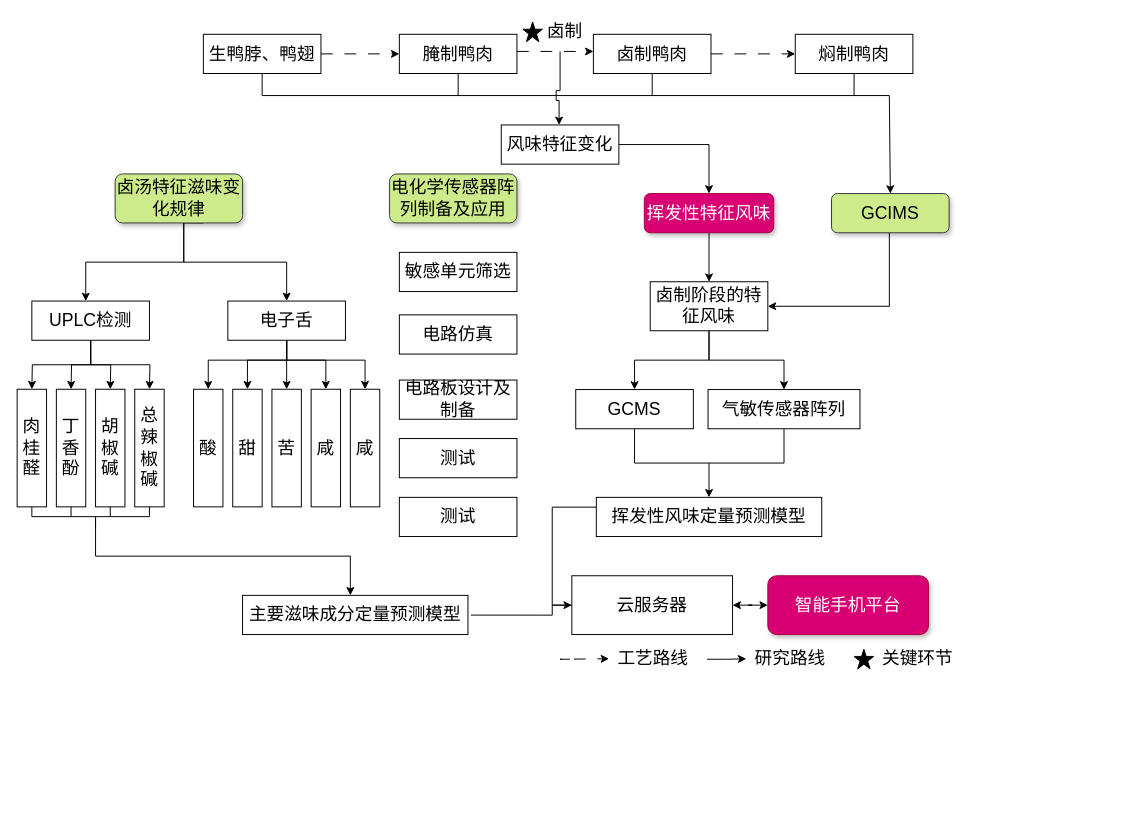
Earlier version of the draw.io diagram 大论文.drawio (zheng-oh/dragrams). Source tidied: cells renumbered, new cells numbered last; positions are measured from the earlier drawing's top-left corner, leaving out a move shared by most shapes. Both pictures are drawn from the tidied source at 98%, with x=0, y=0 at pixel (17, 17).
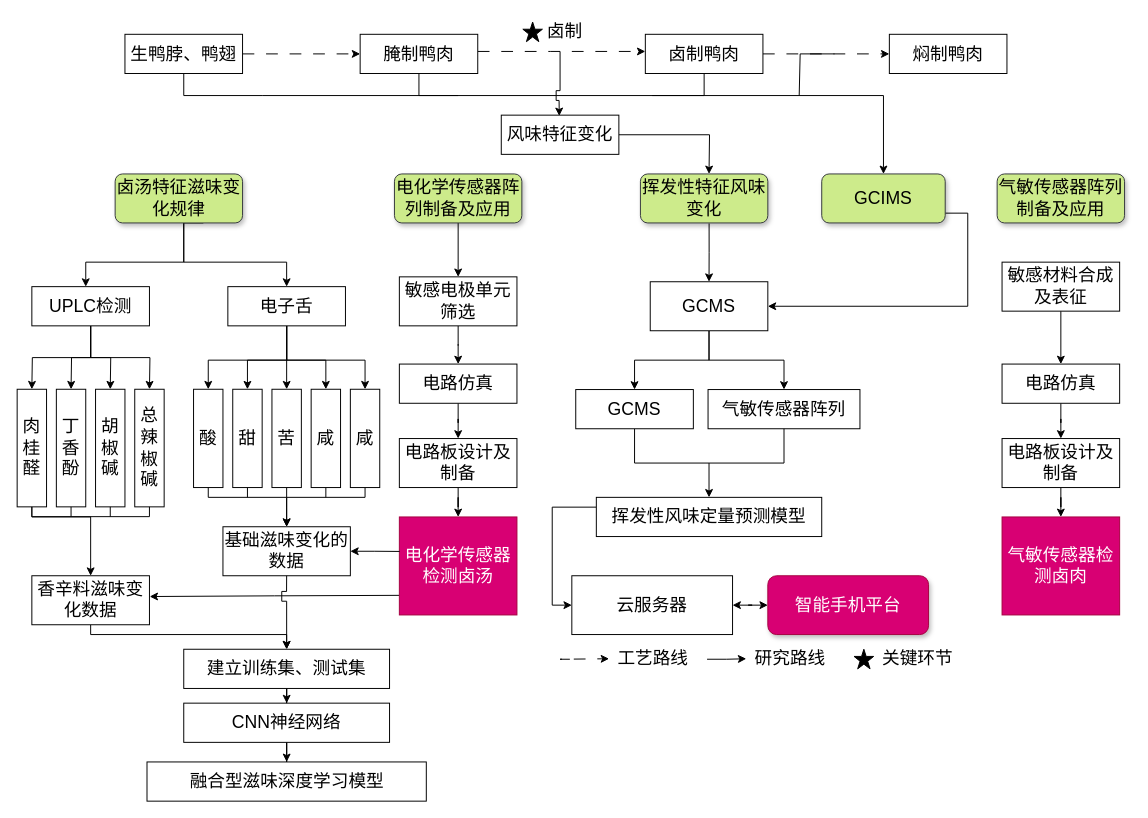
The same diagram, later.

The change refers to these unchanged cells:
```xml
<mxCell id="35" value="&lt;font style=&quot;font-size: 18px;&quot;&gt;肉桂醛&lt;/font&gt;" style="whiteSpace=wrap;html=1;rounded=0;fontSize=18;" parent="1" vertex="1">
  <mxGeometry y="379.7" width="30" height="120" as="geometry" />
</mxCell>
<mxCell id="62" value="&lt;span style=&quot;font-size: 18px;&quot;&gt;云服务器&lt;/span&gt;" style="whiteSpace=wrap;html=1;rounded=0;" parent="1" vertex="1">
  <mxGeometry x="566" y="570" width="164" height="60" as="geometry" />
</mxCell>
```

What changed in the source:
```diff
@@
     <mxCell id="4" value="&lt;font style=&quot;font-size: 18px;&quot;&gt;生鸭脖、鸭翅&lt;/font&gt;" style="rounded=0;whiteSpace=wrap;html=1;" parent="1" vertex="1">
-      <mxGeometry x="190" y="17.5" width="120" height="40" as="geometry" />
+      <mxGeometry x="110" y="17.5" width="120" height="40" as="geometry" />
     </mxCell>
@@
     <mxCell id="6" style="edgeStyle=orthogonalEdgeStyle;rounded=0;jettySize=auto;html=1;endArrow=none;endFill=0;" parent="1" edge="1" source="7">
       <mxGeometry relative="1" as="geometry">
         <mxPoint x="450" y="80" as="targetPoint" />
+        <Array as="points">
+          <mxPoint x="410" y="80" />
+        </Array>
       </mxGeometry>
     </mxCell>
     <mxCell id="7" value="&lt;font style=&quot;font-size: 18px;&quot;&gt;腌制鸭肉&lt;/font&gt;" style="whiteSpace=wrap;html=1;rounded=0;" parent="1" vertex="1">
-      <mxGeometry x="390" y="17.5" width="120" height="40" as="geometry" />
+      <mxGeometry x="350" y="17.5" width="120" height="40" as="geometry" />
     </mxCell>
@@
     <mxCell id="9" style="edgeStyle=orthogonalEdgeStyle;rounded=0;jettySize=auto;html=1;endArrow=none;endFill=0;" parent="1" edge="1" source="10">
       <mxGeometry relative="1" as="geometry">
         <mxPoint x="648" y="80" as="targetPoint" />
+        <Array as="points">
+          <mxPoint x="701" y="80" />
+        </Array>
       </mxGeometry>
     </mxCell>
     <mxCell id="10" value="&lt;font style=&quot;font-size: 18px;&quot;&gt;卤制鸭肉&lt;/font&gt;" style="whiteSpace=wrap;html=1;rounded=0;" parent="1" vertex="1">
-      <mxGeometry x="588" y="17.5" width="120" height="40" as="geometry" />
+      <mxGeometry x="641" y="17.5" width="120" height="40" as="geometry" />
     </mxCell>
-    <mxCell id="11" style="edgeStyle=orthogonalEdgeStyle;rounded=0;jettySize=auto;html=1;endArrow=none;endFill=0;" parent="1" edge="1" source="12">
+    <mxCell id="11" style="edgeStyle=orthogonalEdgeStyle;rounded=0;orthogonalLoop=1;jettySize=auto;html=1;endArrow=none;endFill=0;" parent="1" edge="1">
       <mxGeometry relative="1" as="geometry">
-        <mxPoint x="854" y="80" as="targetPoint" />
+        <mxPoint x="834" y="37.5" as="sourcePoint" />
+        <mxPoint x="798" y="80" as="targetPoint" />
+        <Array as="points">
+          <mxPoint x="799" y="38" />
+          <mxPoint x="799" y="80" />
+        </Array>
       </mxGeometry>
     </mxCell>
     <mxCell id="12" value="&lt;font style=&quot;font-size: 18px;&quot;&gt;焖制鸭肉&lt;/font&gt;" style="whiteSpace=wrap;html=1;rounded=0;" parent="1" vertex="1">
-      <mxGeometry x="794" y="17.5" width="120" height="40" as="geometry" />
+      <mxGeometry x="890" y="17.5" width="120" height="40" as="geometry" />
     </mxCell>
@@
-    <mxCell id="21" style="endArrow=classic;html=1;rounded=0;jumpSize=12;" parent="1" edge="1">
+    <mxCell id="21" style="endArrow=classic;html=1;rounded=0;jumpSize=12;entryX=0.493;entryY=0.02;entryDx=0;entryDy=0;entryPerimeter=0;" parent="1" edge="1" target="23">
       <mxGeometry relative="1" as="geometry">
         <mxPoint x="553" y="85" as="sourcePoint" />
-        <mxPoint x="553" y="110" as="targetPoint" />
       </mxGeometry>
     </mxCell>
-    <mxCell id="22" style="edgeStyle=orthogonalEdgeStyle;rounded=0;jettySize=auto;html=1;entryX=0.5;entryY=0;entryDx=0;entryDy=0;" parent="1" edge="1" source="23" target="28">
-      <mxGeometry relative="1" as="geometry" />
+    <mxCell id="22" style="edgeStyle=orthogonalEdgeStyle;rounded=0;jettySize=auto;html=1;" parent="1" edge="1" source="23">
+      <mxGeometry relative="1" as="geometry">
+        <mxPoint x="706" y="160" as="targetPoint" />
+      </mxGeometry>
     </mxCell>
     <mxCell id="23" value="&lt;span style=&quot;font-size: 18px;&quot;&gt;风味特征变化&lt;/span&gt;" style="whiteSpace=wrap;html=1;rounded=0;" parent="1" vertex="1">
-      <mxGeometry x="494" y="110" width="120" height="40" as="geometry" />
+      <mxGeometry x="494" y="100" width="120" height="40" as="geometry" />
     </mxCell>
-    <mxCell id="24" style="edgeStyle=orthogonalEdgeStyle;rounded=0;orthogonalLoop=1;jettySize=auto;html=1;entryX=0.5;entryY=0;entryDx=0;entryDy=0;" parent="1" edge="1">
+    <mxCell id="24" style="edgeStyle=orthogonalEdgeStyle;rounded=0;jettySize=auto;html=1;" parent="1" edge="1" target="33">
       <mxGeometry relative="1" as="geometry">
         <mxPoint x="190" y="210" as="sourcePoint" />
-        <mxPoint x="70" y="289.7" as="targetPoint" />
         <Array as="points">
           <mxPoint x="170" y="210" />
           <mxPoint x="170" y="250" />
           <mxPoint x="70" y="250" />
         </Array>
       </mxGeometry>
     </mxCell>
-    <mxCell id="25" style="edgeStyle=orthogonalEdgeStyle;rounded=0;orthogonalLoop=1;jettySize=auto;html=1;entryX=0.5;entryY=0;entryDx=0;entryDy=0;" parent="1" edge="1">
+    <mxCell id="25" style="edgeStyle=orthogonalEdgeStyle;rounded=0;jettySize=auto;html=1;entryX=0.5;entryY=0;entryDx=0;entryDy=0;" parent="1" edge="1" target="69">
       <mxGeometry relative="1" as="geometry">
         <mxPoint x="170" y="210" as="sourcePoint" />
-        <mxPoint x="275" y="289.7" as="targetPoint" />
         <Array as="points">
           <mxPoint x="170" y="250" />
           <mxPoint x="275" y="250" />
         </Array>
       </mxGeometry>
     </mxCell>
@@
-    <mxCell id="27" style="edgeStyle=orthogonalEdgeStyle;rounded=0;jettySize=auto;html=1;entryX=0.5;entryY=0;entryDx=0;entryDy=0;" parent="1" edge="1" source="28" target="50">
+    <mxCell id="27" style="edgeStyle=orthogonalEdgeStyle;rounded=0;jettySize=auto;html=1;entryX=0.5;entryY=0;entryDx=0;entryDy=0;exitX=0.539;exitY=1.009;exitDx=0;exitDy=0;exitPerimeter=0;" parent="1" edge="1" source="102" target="50">
       <mxGeometry relative="1" as="geometry" />
     </mxCell>
-    <mxCell id="28" value="&lt;span style=&quot;font-size: 18px;&quot;&gt;挥发性特征风味&lt;/span&gt;" style="whiteSpace=wrap;html=1;rounded=1;labelBackgroundColor=none;fillColor=#d80073;fontColor=#ffffff;strokeColor=#A50040;shadow=1;" parent="1" vertex="1">
-      <mxGeometry x="640" y="180" width="132" height="40" as="geometry" />
-    </mxCell>
@@
     <mxCell id="33" value="&lt;span style=&quot;font-size: 18px;&quot;&gt;UPLC检测&lt;/span&gt;" style="whiteSpace=wrap;html=1;rounded=0;" parent="1" vertex="1">
-      <mxGeometry x="15" y="289.7" width="120" height="40" as="geometry" />
+      <mxGeometry x="15" y="275" width="120" height="40" as="geometry" />
     </mxCell>
@@
+    <mxCell id="81" style="edgeStyle=orthogonalEdgeStyle;rounded=0;jettySize=auto;html=1;entryX=0.5;entryY=0;entryDx=0;entryDy=0;" parent="1" edge="1" source="35" target="93">
+      <mxGeometry relative="1" as="geometry">
+        <Array as="points">
+          <mxPoint x="15" y="510" />
+          <mxPoint x="75" y="510" />
+          <mxPoint x="75" y="570" />
+          <mxPoint x="75" y="570" />
+        </Array>
+      </mxGeometry>
+    </mxCell>
@@
-    <mxCell id="43" style="edgeStyle=orthogonalEdgeStyle;rounded=0;orthogonalLoop=1;jettySize=auto;html=1;" parent="1" edge="1">
-      <mxGeometry relative="1" as="geometry">
-        <mxPoint x="80" y="520" as="sourcePoint" />
-        <mxPoint x="340" y="590" as="targetPoint" />
-        <Array as="points">
-          <mxPoint x="80" y="510" />
-          <mxPoint x="80" y="550" />
-          <mxPoint x="340" y="550" />
-        </Array>
-      </mxGeometry>
-    </mxCell>
-    <mxCell id="44" style="edgeStyle=orthogonalEdgeStyle;rounded=0;jettySize=auto;html=1;entryX=0;entryY=0.5;entryDx=0;entryDy=0;endArrow=none;endFill=0;exitX=1.013;exitY=0.504;exitDx=0;exitDy=0;exitPerimeter=0;" parent="1" edge="1" source="45" target="62">
-      <mxGeometry relative="1" as="geometry">
-        <Array as="points">
-          <mxPoint x="546" y="610" />
-          <mxPoint x="546" y="600" />
-        </Array>
-      </mxGeometry>
-    </mxCell>
+    <mxCell id="82" style="edgeStyle=orthogonalEdgeStyle;rounded=0;jettySize=auto;html=1;entryX=0.5;entryY=0;entryDx=0;entryDy=0;" parent="1" edge="1" source="45" target="105">
+      <mxGeometry relative="1" as="geometry" />
+    </mxCell>
-    <mxCell id="45" value="&lt;span style=&quot;font-size: 18px;&quot;&gt;主要滋味成分定量预测模型&lt;/span&gt;" style="whiteSpace=wrap;html=1;rounded=0;" parent="1" vertex="1">
-      <mxGeometry x="230" y="590" width="230" height="40" as="geometry" />
+    <mxCell id="45" value="&lt;span style=&quot;font-size: 18px;&quot;&gt;建立训练集、测试集&lt;/span&gt;" style="whiteSpace=wrap;html=1;rounded=0;" parent="1" vertex="1">
+      <mxGeometry x="170" y="645" width="210" height="40" as="geometry" />
     </mxCell>
     <mxCell id="46" style="edgeStyle=orthogonalEdgeStyle;rounded=0;jettySize=auto;html=1;entryX=1;entryY=0.5;entryDx=0;entryDy=0;" parent="1" edge="1" source="47" target="50">
       <mxGeometry relative="1" as="geometry">
         <Array as="points">
-          <mxPoint x="890" y="295" />
+          <mxPoint x="970" y="200" />
+          <mxPoint x="970" y="295" />
         </Array>
       </mxGeometry>
     </mxCell>
     <mxCell id="47" value="&lt;span style=&quot;font-size: 18px;&quot;&gt;GCIMS&lt;/span&gt;" style="whiteSpace=wrap;html=1;rounded=1;fillColor=#cdeb8b;strokeColor=#36393d;shadow=1;gradientDirection=north;fillStyle=auto;" parent="1" vertex="1">
-      <mxGeometry x="831" y="180" width="120" height="40" as="geometry" />
+      <mxGeometry x="821" y="160" width="126" height="50" as="geometry" />
     </mxCell>
@@
-    <mxCell id="50" value="&lt;span style=&quot;font-size: 18px;&quot;&gt;卤制阶段的特征风味&lt;/span&gt;" style="whiteSpace=wrap;html=1;rounded=0;" parent="1" vertex="1">
+    <mxCell id="50" value="&lt;font style=&quot;font-size: 18px;&quot;&gt;GCMS&lt;/font&gt;" style="whiteSpace=wrap;html=1;rounded=0;" parent="1" vertex="1">
       <mxGeometry x="646" y="270" width="120" height="50" as="geometry" />
     </mxCell>
@@
     <mxCell id="69" value="&lt;span style=&quot;font-size: 18px;&quot;&gt;电子舌&lt;/span&gt;" style="whiteSpace=wrap;html=1;rounded=0;" parent="1" vertex="1">
-      <mxGeometry x="215" y="289.7" width="120" height="40" as="geometry" />
+      <mxGeometry x="215" y="275" width="120" height="40" as="geometry" />
     </mxCell>
     <mxCell id="70" value="&lt;font style=&quot;font-size: 18px;&quot;&gt;酸&lt;/font&gt;" style="whiteSpace=wrap;html=1;rounded=0;fontSize=18;" parent="1" vertex="1">
-      <mxGeometry x="180" y="379.7" width="30" height="120" as="geometry" />
+      <mxGeometry x="180" y="379.7" width="30" height="100.3" as="geometry" />
     </mxCell>
+    <mxCell id="83" style="edgeStyle=orthogonalEdgeStyle;rounded=0;jettySize=auto;html=1;endArrow=none;endFill=0;" parent="1" edge="1" source="71">
+      <mxGeometry relative="1" as="geometry">
+        <mxPoint x="235" y="490" as="targetPoint" />
+        <Array as="points">
+          <mxPoint x="235" y="490" />
+        </Array>
+      </mxGeometry>
+    </mxCell>
     <mxCell id="71" value="&lt;font style=&quot;font-size: 18px;&quot;&gt;甜&lt;/font&gt;" style="whiteSpace=wrap;html=1;rounded=0;fontSize=18;" parent="1" vertex="1">
-      <mxGeometry x="220" y="379.7" width="30" height="120" as="geometry" />
+      <mxGeometry x="220" y="379.7" width="30" height="100.3" as="geometry" />
     </mxCell>
+    <mxCell id="84" style="edgeStyle=orthogonalEdgeStyle;rounded=0;jettySize=auto;html=1;endArrow=none;endFill=0;" parent="1" edge="1" source="72">
+      <mxGeometry relative="1" as="geometry">
+        <mxPoint x="275" y="490" as="targetPoint" />
+        <Array as="points">
+          <mxPoint x="275" y="490" />
+        </Array>
+      </mxGeometry>
+    </mxCell>
     <mxCell id="72" value="苦" style="whiteSpace=wrap;html=1;rounded=0;fontSize=18;" parent="1" vertex="1">
-      <mxGeometry x="260" y="379.7" width="30" height="120" as="geometry" />
+      <mxGeometry x="260" y="379.7" width="30" height="100.3" as="geometry" />
     </mxCell>
+    <mxCell id="85" style="edgeStyle=orthogonalEdgeStyle;rounded=0;jettySize=auto;html=1;endArrow=none;endFill=0;" parent="1" edge="1" source="73">
+      <mxGeometry relative="1" as="geometry">
+        <mxPoint x="315" y="490" as="targetPoint" />
+        <Array as="points">
+          <mxPoint x="315" y="490" />
+        </Array>
+      </mxGeometry>
+    </mxCell>
     <mxCell id="73" value="咸" style="whiteSpace=wrap;html=1;rounded=0;fontSize=18;" parent="1" vertex="1">
-      <mxGeometry x="300" y="379.7" width="30" height="120" as="geometry" />
+      <mxGeometry x="300" y="379.7" width="30" height="100.3" as="geometry" />
     </mxCell>
+    <mxCell id="86" style="edgeStyle=orthogonalEdgeStyle;rounded=0;jettySize=auto;html=1;entryX=0.5;entryY=0;entryDx=0;entryDy=0;" parent="1" edge="1" source="74" target="94">
+      <mxGeometry relative="1" as="geometry">
+        <Array as="points">
+          <mxPoint x="355" y="490" />
+          <mxPoint x="275" y="490" />
+        </Array>
+      </mxGeometry>
+    </mxCell>
     <mxCell id="74" value="咸" style="whiteSpace=wrap;html=1;rounded=0;fontSize=18;" parent="1" vertex="1">
-      <mxGeometry x="340" y="379.7" width="30" height="120" as="geometry" />
+      <mxGeometry x="340" y="379.7" width="30" height="100.3" as="geometry" />
     </mxCell>
+    <mxCell id="87" style="edgeStyle=orthogonalEdgeStyle;rounded=0;jettySize=auto;html=1;entryX=0.5;entryY=0;entryDx=0;entryDy=0;" parent="1" edge="1" source="75" target="76">
+      <mxGeometry relative="1" as="geometry" />
+    </mxCell>
     <mxCell id="75" value="&lt;span style=&quot;font-size: 18px;&quot;&gt;电化学传感器阵列制备及应用&lt;/span&gt;" style="whiteSpace=wrap;html=1;rounded=1;labelBackgroundColor=none;fillColor=#cdeb8b;strokeColor=#36393d;gradientColor=none;gradientDirection=north;glass=0;shadow=1;" parent="1" vertex="1">
-      <mxGeometry x="380" y="160" width="130" height="50" as="geometry" />
+      <mxGeometry x="385" y="160" width="130" height="50" as="geometry" />
     </mxCell>
+    <mxCell id="88" style="edgeStyle=orthogonalEdgeStyle;rounded=0;jettySize=auto;html=1;entryX=0.5;entryY=0;entryDx=0;entryDy=0;" parent="1" edge="1" source="76" target="77">
+      <mxGeometry relative="1" as="geometry" />
+    </mxCell>
-    <mxCell id="76" value="&lt;span style=&quot;font-size: 18px;&quot;&gt;敏感单元筛选&lt;/span&gt;" style="whiteSpace=wrap;html=1;rounded=0;" parent="1" vertex="1">
-      <mxGeometry x="390" y="240" width="120" height="40" as="geometry" />
+    <mxCell id="76" value="&lt;span style=&quot;font-size: 18px;&quot;&gt;敏感电极单元筛选&lt;/span&gt;" style="whiteSpace=wrap;html=1;rounded=0;flipV=1;flipH=1;" parent="1" vertex="1">
+      <mxGeometry x="390" y="265" width="120" height="50" as="geometry" />
     </mxCell>
+    <mxCell id="89" style="edgeStyle=orthogonalEdgeStyle;rounded=0;jettySize=auto;html=1;entryX=0.5;entryY=0;entryDx=0;entryDy=0;" parent="1" edge="1" source="77" target="78">
+      <mxGeometry relative="1" as="geometry" />
+    </mxCell>
-    <mxCell id="77" value="&lt;span style=&quot;font-size: 18px;&quot;&gt;电路仿真&lt;/span&gt;" style="whiteSpace=wrap;html=1;rounded=0;" parent="1" vertex="1">
-      <mxGeometry x="390" y="303.8" width="120" height="40" as="geometry" />
+    <mxCell id="77" value="&lt;span style=&quot;font-size: 18px;&quot;&gt;电路仿真&lt;/span&gt;" style="whiteSpace=wrap;html=1;rounded=0;flipV=1;flipH=1;" parent="1" vertex="1">
+      <mxGeometry x="390" y="354" width="120" height="40" as="geometry" />
     </mxCell>
+    <mxCell id="90" style="edgeStyle=orthogonalEdgeStyle;rounded=0;jettySize=auto;html=1;" parent="1" edge="1" source="78" target="79">
+      <mxGeometry relative="1" as="geometry" />
+    </mxCell>
-    <mxCell id="78" value="&lt;span style=&quot;font-size: 18px;&quot;&gt;电路板设计及制备&lt;/span&gt;" style="whiteSpace=wrap;html=1;rounded=0;" parent="1" vertex="1">
-      <mxGeometry x="390" y="370.3" width="120" height="40" as="geometry" />
+    <mxCell id="78" value="&lt;span style=&quot;font-size: 18px;&quot;&gt;电路板设计及制备&lt;/span&gt;" style="whiteSpace=wrap;html=1;rounded=0;flipV=1;flipH=1;" parent="1" vertex="1">
+      <mxGeometry x="390" y="430" width="120" height="50" as="geometry" />
     </mxCell>
+    <mxCell id="91" style="edgeStyle=orthogonalEdgeStyle;rounded=0;jettySize=auto;html=1;entryX=1.002;entryY=0.424;entryDx=0;entryDy=0;entryPerimeter=0;" parent="1" edge="1" target="93">
+      <mxGeometry relative="1" as="geometry">
+        <mxPoint x="390" y="590" as="sourcePoint" />
+      </mxGeometry>
+    </mxCell>
-    <mxCell id="79" value="&lt;span style=&quot;font-size: 18px;&quot;&gt;测试&lt;/span&gt;" style="whiteSpace=wrap;html=1;rounded=0;" parent="1" vertex="1">
-      <mxGeometry x="390" y="430" width="120" height="40" as="geometry" />
+    <mxCell id="79" value="&lt;span style=&quot;font-size: 18px;&quot;&gt;电化学传感器检测卤汤&lt;/span&gt;" style="whiteSpace=wrap;html=1;rounded=0;flipV=1;flipH=1;fillColor=#d80073;fontColor=#ffffff;strokeColor=#A50040;" parent="1" vertex="1">
+      <mxGeometry x="390" y="510" width="120" height="100" as="geometry" />
     </mxCell>
-    <mxCell id="80" value="&lt;span style=&quot;font-size: 18px;&quot;&gt;测试&lt;/span&gt;" style="whiteSpace=wrap;html=1;rounded=0;" parent="1" vertex="1">
-      <mxGeometry x="390" y="490" width="120" height="40" as="geometry" />
-    </mxCell>
+    <mxCell id="92" style="edgeStyle=orthogonalEdgeStyle;rounded=0;jettySize=auto;html=1;" parent="1" edge="1" source="93" target="45">
+      <mxGeometry relative="1" as="geometry">
+        <Array as="points">
+          <mxPoint x="75" y="630" />
+          <mxPoint x="275" y="630" />
+        </Array>
+      </mxGeometry>
+    </mxCell>
+    <mxCell id="93" value="&lt;span style=&quot;font-size: 18px;&quot;&gt;香辛料滋味变化数据&lt;/span&gt;" style="whiteSpace=wrap;html=1;rounded=0;" parent="1" vertex="1">
+      <mxGeometry x="15" y="570" width="120" height="50" as="geometry" />
+    </mxCell>
+    <mxCell id="94" value="&lt;span style=&quot;font-size: 18px;&quot;&gt;基础滋味变化的数据&lt;/span&gt;" style="whiteSpace=wrap;html=1;rounded=0;" parent="1" vertex="1">
+      <mxGeometry x="210" y="520" width="130" height="50" as="geometry" />
+    </mxCell>
+    <mxCell id="95" style="edgeStyle=orthogonalEdgeStyle;rounded=0;jettySize=auto;html=1;entryX=0.5;entryY=0;entryDx=0;entryDy=0;" parent="1" edge="1" source="70" target="94">
+      <mxGeometry relative="1" as="geometry">
+        <Array as="points">
+          <mxPoint x="195" y="490" />
+          <mxPoint x="275" y="490" />
+          <mxPoint x="275" y="500" />
+          <mxPoint x="275" y="500" />
+        </Array>
+      </mxGeometry>
+    </mxCell>
+    <mxCell id="96" style="edgeStyle=orthogonalEdgeStyle;rounded=0;jettySize=auto;html=1;entryX=0.998;entryY=0.648;entryDx=0;entryDy=0;startArrow=classic;startFill=1;endArrow=none;endFill=0;entryPerimeter=0;" parent="1" edge="1" source="94" target="79">
+      <mxGeometry relative="1" as="geometry" />
+    </mxCell>
+    <mxCell id="97" style="edgeStyle=none;jettySize=auto;html=1;rounded=0;endArrow=none;endFill=0;exitX=0.5;exitY=1;exitDx=0;exitDy=0;" parent="1" edge="1" source="94">
+      <mxGeometry relative="1" as="geometry">
+        <mxPoint x="274.9" y="586" as="targetPoint" />
+      </mxGeometry>
+    </mxCell>
+    <mxCell id="98" style="edgeStyle=none;orthogonalLoop=1;jettySize=auto;html=1;rounded=0;endArrow=none;endFill=0;" parent="1" edge="1">
+      <mxGeometry relative="1" as="geometry">
+        <mxPoint x="275" y="586" as="sourcePoint" />
+        <mxPoint x="270" y="586" as="targetPoint" />
+      </mxGeometry>
+    </mxCell>
+    <mxCell id="99" style="edgeStyle=none;orthogonalLoop=1;jettySize=auto;html=1;rounded=0;endArrow=none;endFill=0;" parent="1" edge="1">
+      <mxGeometry relative="1" as="geometry">
+        <mxPoint x="270" y="586" as="sourcePoint" />
+        <mxPoint x="270" y="596" as="targetPoint" />
+      </mxGeometry>
+    </mxCell>
+    <mxCell id="100" style="edgeStyle=none;orthogonalLoop=1;jettySize=auto;html=1;rounded=0;endArrow=none;endFill=0;" parent="1" edge="1">
+      <mxGeometry relative="1" as="geometry">
+        <mxPoint x="275" y="596" as="sourcePoint" />
+        <mxPoint x="270" y="596" as="targetPoint" />
+      </mxGeometry>
+    </mxCell>
+    <mxCell id="101" style="edgeStyle=none;jettySize=auto;html=1;rounded=0;endArrow=classic;endFill=1;exitX=0.5;exitY=1;exitDx=0;exitDy=0;entryX=0.5;entryY=0;entryDx=0;entryDy=0;" parent="1" edge="1" target="45">
+      <mxGeometry relative="1" as="geometry">
+        <mxPoint x="275" y="596" as="sourcePoint" />
+      </mxGeometry>
+    </mxCell>
+    <mxCell id="102" value="&lt;span style=&quot;font-size: 18px;&quot;&gt;挥发性特征风味变化&lt;/span&gt;" style="whiteSpace=wrap;html=1;rounded=1;labelBackgroundColor=none;fillColor=#cdeb8b;strokeColor=#36393d;gradientColor=none;gradientDirection=north;glass=0;shadow=1;" parent="1" vertex="1">
+      <mxGeometry x="636" y="160" width="130" height="50" as="geometry" />
+    </mxCell>
+    <mxCell id="103" value="&lt;span style=&quot;font-size: 18px;&quot;&gt;融合型滋味深度学习模型&lt;/span&gt;" style="whiteSpace=wrap;html=1;rounded=0;" parent="1" vertex="1">
+      <mxGeometry x="132.5" y="760" width="285" height="40" as="geometry" />
+    </mxCell>
+    <mxCell id="104" style="edgeStyle=orthogonalEdgeStyle;rounded=0;jettySize=auto;html=1;entryX=0.5;entryY=0;entryDx=0;entryDy=0;" parent="1" edge="1" source="105" target="103">
+      <mxGeometry relative="1" as="geometry" />
+    </mxCell>
+    <mxCell id="105" value="&lt;span style=&quot;font-size: 18px;&quot;&gt;CNN神经网络&lt;/span&gt;" style="whiteSpace=wrap;html=1;rounded=0;" parent="1" vertex="1">
+      <mxGeometry x="170" y="700" width="210" height="40" as="geometry" />
+    </mxCell>
+    <mxCell id="106" value="&lt;font style=&quot;font-size: 18px;&quot;&gt;气敏传感器阵列制备及应用&lt;/font&gt;" style="whiteSpace=wrap;html=1;rounded=1;labelBackgroundColor=none;fillColor=#cdeb8b;strokeColor=#36393d;gradientColor=none;gradientDirection=north;glass=0;shadow=1;" parent="1" vertex="1">
+      <mxGeometry x="1000" y="160" width="130" height="50" as="geometry" />
+    </mxCell>
+    <mxCell id="107" style="edgeStyle=orthogonalEdgeStyle;rounded=0;jettySize=auto;html=1;entryX=0.5;entryY=0;entryDx=0;entryDy=0;" parent="1" edge="1" source="108" target="110">
+      <mxGeometry relative="1" as="geometry" />
+    </mxCell>
+    <mxCell id="108" value="&lt;span style=&quot;font-size: 18px;&quot;&gt;敏感材料合成及表征&lt;/span&gt;" style="whiteSpace=wrap;html=1;rounded=0;flipV=1;flipH=1;" parent="1" vertex="1">
+      <mxGeometry x="1005" y="250" width="120" height="50" as="geometry" />
+    </mxCell>
+    <mxCell id="109" style="edgeStyle=orthogonalEdgeStyle;rounded=0;jettySize=auto;html=1;entryX=0.5;entryY=0;entryDx=0;entryDy=0;" parent="1" edge="1" source="110" target="112">
+      <mxGeometry relative="1" as="geometry" />
+    </mxCell>
+    <mxCell id="110" value="&lt;span style=&quot;font-size: 18px;&quot;&gt;电路仿真&lt;/span&gt;" style="whiteSpace=wrap;html=1;rounded=0;flipV=1;flipH=1;" parent="1" vertex="1">
+      <mxGeometry x="1005" y="354" width="120" height="40" as="geometry" />
+    </mxCell>
+    <mxCell id="111" style="edgeStyle=orthogonalEdgeStyle;rounded=0;jettySize=auto;html=1;" parent="1" edge="1" source="112" target="113">
+      <mxGeometry relative="1" as="geometry" />
+    </mxCell>
+    <mxCell id="112" value="&lt;span style=&quot;font-size: 18px;&quot;&gt;电路板设计及制备&lt;/span&gt;" style="whiteSpace=wrap;html=1;rounded=0;flipV=1;flipH=1;" parent="1" vertex="1">
+      <mxGeometry x="1005" y="430" width="120" height="50" as="geometry" />
+    </mxCell>
+    <mxCell id="113" value="&lt;span style=&quot;font-size: 18px;&quot;&gt;气敏传感器检测卤肉&lt;/span&gt;" style="whiteSpace=wrap;html=1;rounded=0;flipV=1;flipH=1;fillColor=#d80073;fontColor=#ffffff;strokeColor=#A50040;" parent="1" vertex="1">
+      <mxGeometry x="1005" y="510" width="120" height="100" as="geometry" />
+    </mxCell>
```
